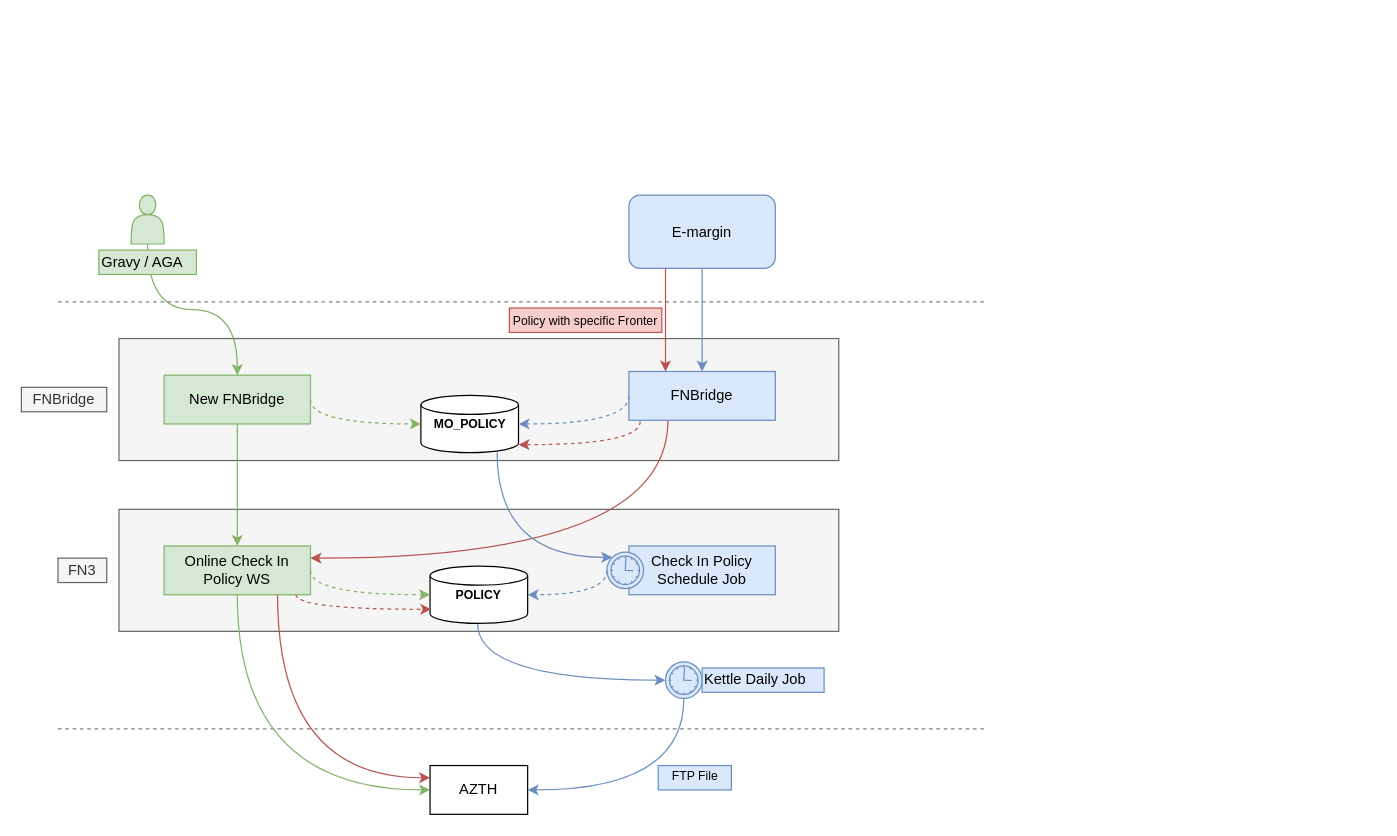
This is AZTH-NewFNBridgeAPI.drawio from phatcharalaw/my-doc, a draw.io file, before an edit. Source tidied: cells renumbered, new cells numbered last; positions are measured from the earlier drawing's top-left corner, leaving out a move shared by most shapes. Both pictures are drawn from the tidied source at 122%, with x=0, y=0 at pixel (21, 194).
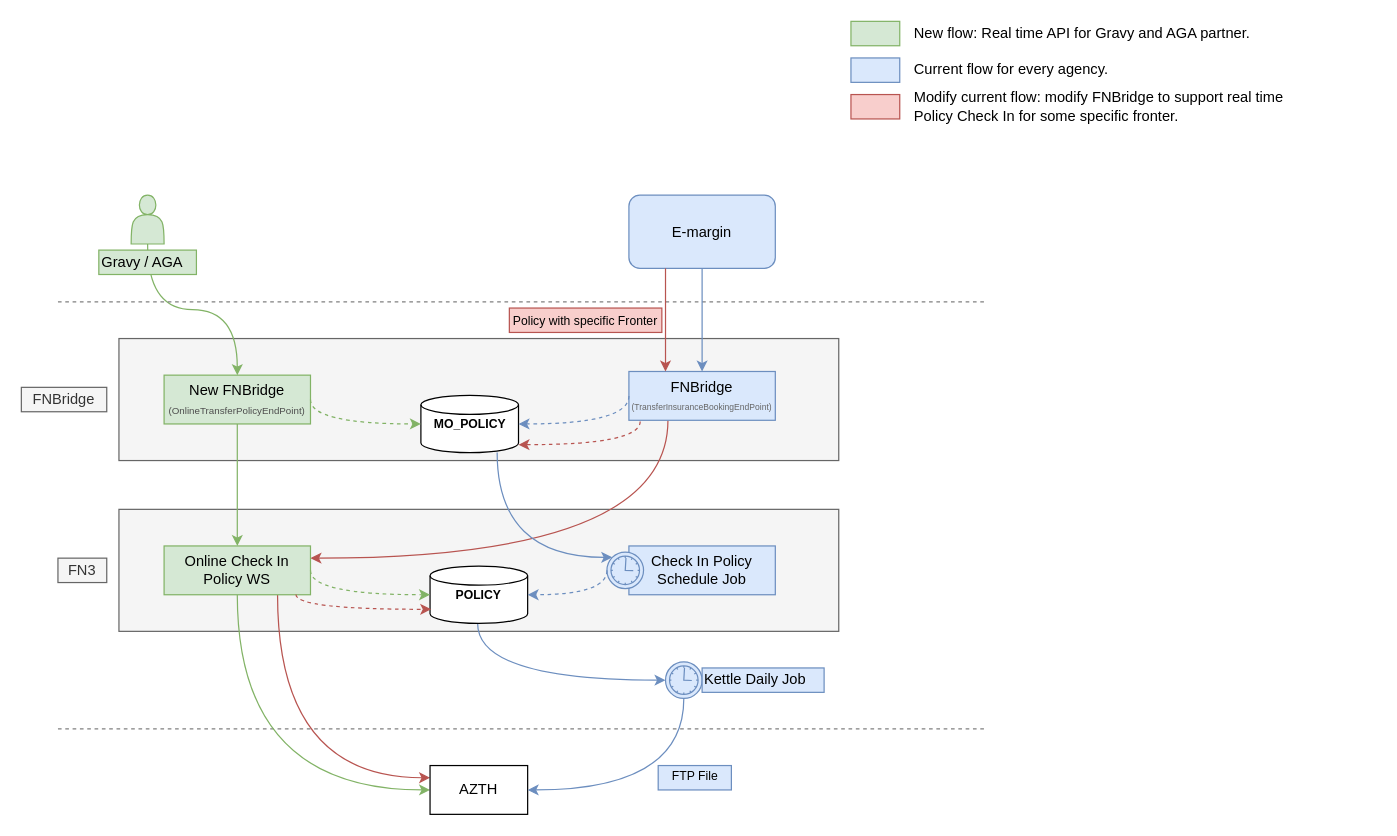
Above is the later version.

Diff of the diagram source:
```diff
@@
-    <mxCell id="12" value="New FNBridge" style="rounded=0;whiteSpace=wrap;html=1;fillColor=#d5e8d4;strokeColor=#82b366;" parent="1" vertex="1">
+    <mxCell id="12" value="New FNBridge&lt;br&gt;&lt;font style=&quot;font-size: 8px&quot; color=&quot;#4d4d4d&quot;&gt;(&lt;span&gt;OnlineTransferPolicyEndPoint&lt;/span&gt;&lt;span&gt;)&lt;/span&gt;&lt;/font&gt;&lt;br&gt;" style="rounded=0;whiteSpace=wrap;html=1;fillColor=#d5e8d4;strokeColor=#82b366;" parent="1" vertex="1">
       <mxGeometry x="117" y="148" width="120" height="40" as="geometry" />
     </mxCell>
@@
-    <mxCell id="14" value="FNBridge" style="rounded=0;whiteSpace=wrap;html=1;fillColor=#dae8fc;strokeColor=#6c8ebf;" parent="1" vertex="1">
+    <mxCell id="14" value="FNBridge&lt;br&gt;&lt;font style=&quot;font-size: 7px&quot; color=&quot;#666666&quot;&gt;(&lt;span&gt;TransferInsuranceBookingEndPoint&lt;/span&gt;&lt;span&gt;)&lt;/span&gt;&lt;/font&gt;&lt;br&gt;" style="rounded=0;whiteSpace=wrap;html=1;fillColor=#dae8fc;strokeColor=#6c8ebf;" parent="1" vertex="1">
       <mxGeometry x="498" y="145" width="120" height="40" as="geometry" />
     </mxCell>
@@
+    <mxCell id="39" style="rounded=0;whiteSpace=wrap;html=1;fillColor=#dae8fc;strokeColor=#6c8ebf;" parent="1" vertex="1">
+      <mxGeometry x="680" y="-112" width="40" height="20" as="geometry" />
+    </mxCell>
+    <mxCell id="40" style="rounded=0;whiteSpace=wrap;html=1;fillColor=#f8cecc;strokeColor=#b85450;" parent="1" vertex="1">
+      <mxGeometry x="680" y="-82" width="40" height="20" as="geometry" />
+    </mxCell>
+    <mxCell id="41" style="rounded=0;whiteSpace=wrap;html=1;fillColor=#d5e8d4;strokeColor=#82b366;" parent="1" vertex="1">
+      <mxGeometry x="680" y="-142" width="40" height="20" as="geometry" />
+    </mxCell>
+    <mxCell id="42" value="New flow: Real time API for Gravy and AGA partner." style="text;html=1;strokeColor=none;fillColor=none;align=left;verticalAlign=middle;whiteSpace=wrap;rounded=0;" parent="1" vertex="1">
+      <mxGeometry x="730" y="-142" width="380" height="20" as="geometry" />
+    </mxCell>
+    <mxCell id="43" value="Current flow for every agency." style="text;html=1;strokeColor=none;fillColor=none;align=left;verticalAlign=middle;whiteSpace=wrap;rounded=0;" parent="1" vertex="1">
+      <mxGeometry x="730" y="-112" width="220" height="20" as="geometry" />
+    </mxCell>
+    <mxCell id="44" value="Modify current flow: modify FNBridge to support real time Policy Check In for some specific fronter." style="text;html=1;strokeColor=none;fillColor=none;align=left;verticalAlign=middle;whiteSpace=wrap;rounded=0;" parent="1" vertex="1">
+      <mxGeometry x="730" y="-82" width="330" height="20" as="geometry" />
+    </mxCell>
```
